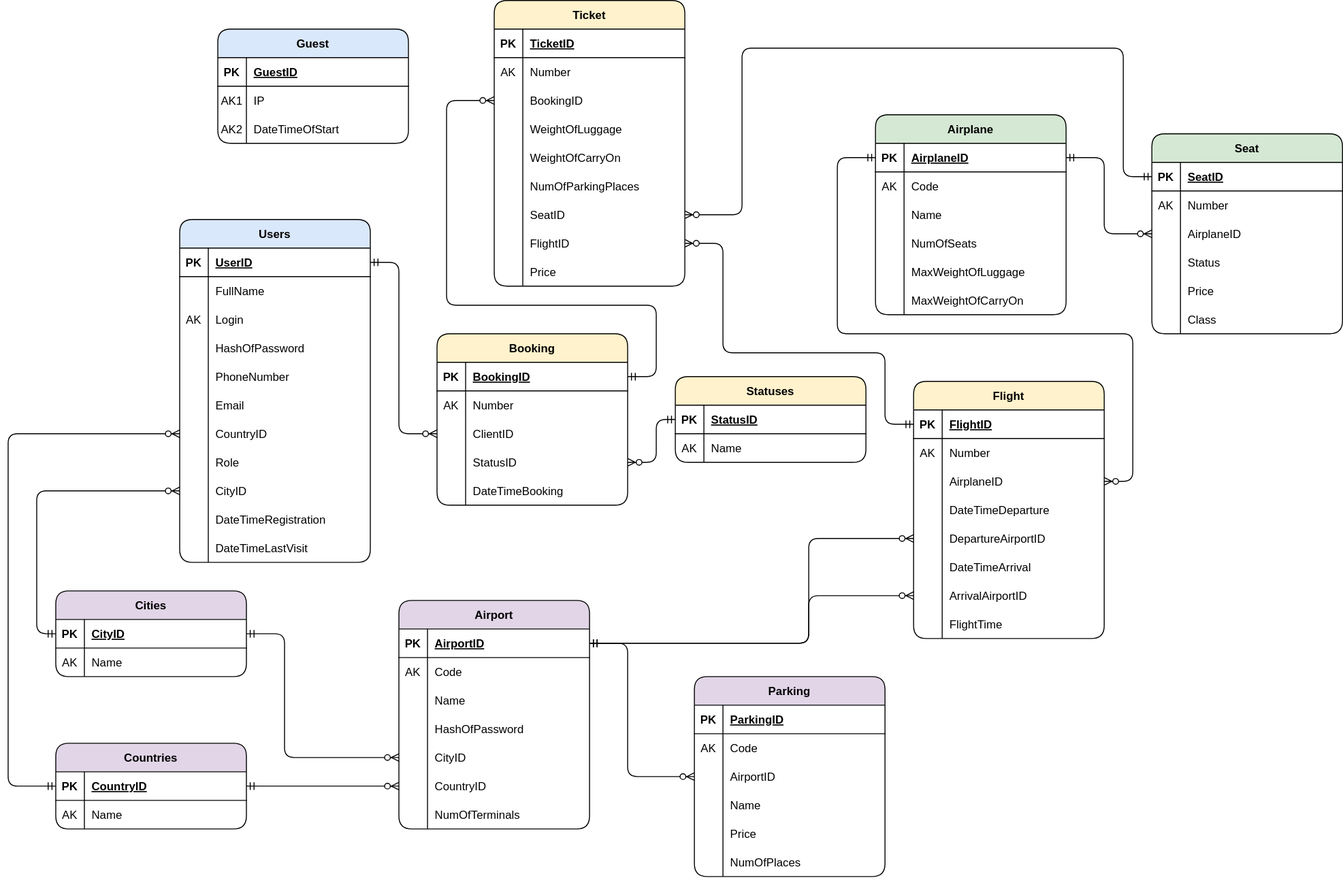
This is Design/Diagram/LogicalDiagram.svg from Yurii404/AirplaneTicketSalesSystem, a draw.io export, as it was before one commit. Source tidied: cells renumbered, new cells last; positions are measured from the earlier drawing's top-left corner, leaving out a move shared by most shapes.
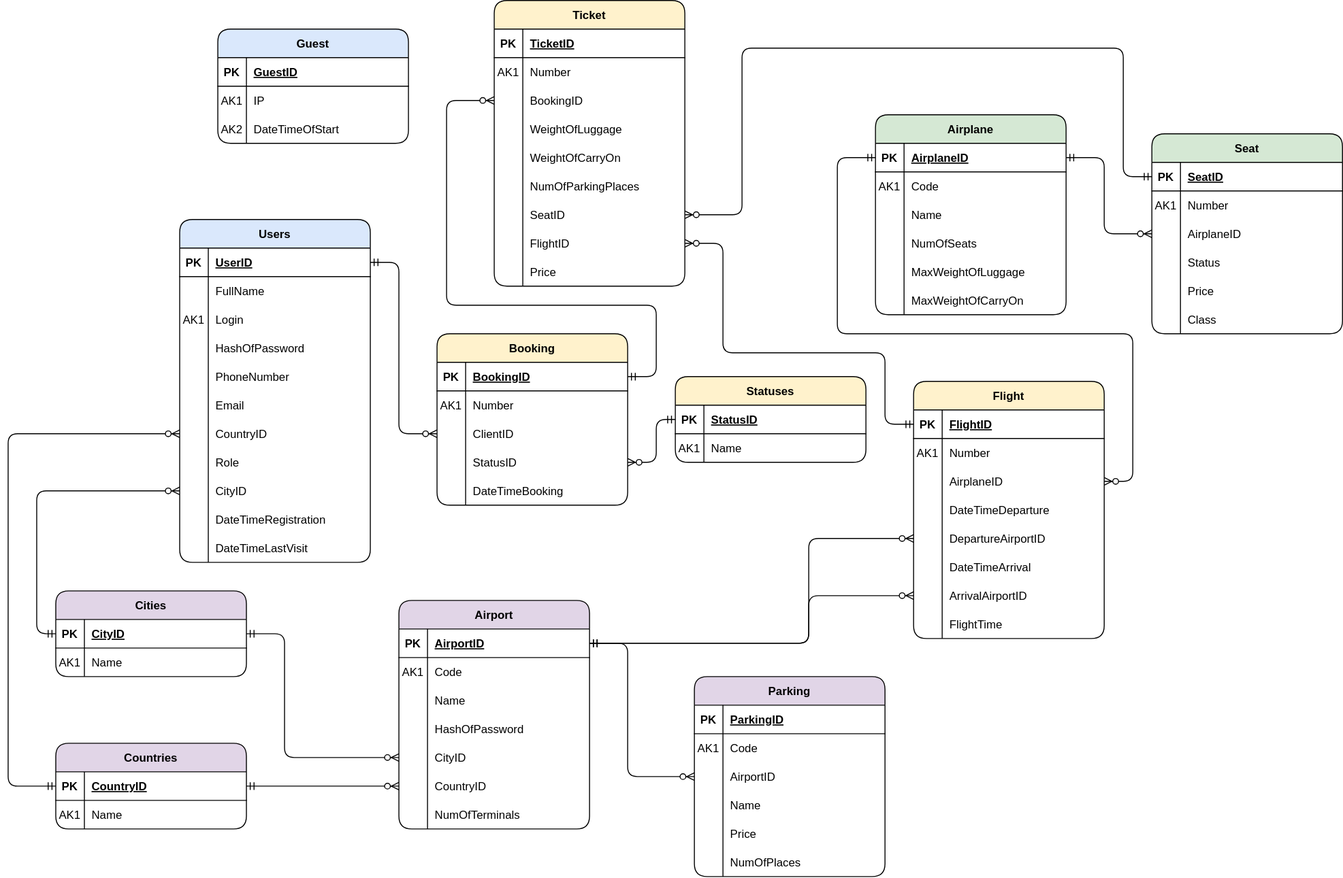
Above is the later version.

Change to the diagram source:
```diff
@@ -26,7 +26,7 @@
     <mxCell id="9" style="shape=tableRow;horizontal=0;startSize=0;swimlaneHead=0;swimlaneBody=0;fillColor=none;top=0;left=0;right=0;bottom=0;rounded=1;" parent="2" vertex="1">
       <mxGeometry y="90" width="200" height="30" as="geometry" />
     </mxCell>
-    <mxCell id="10" value="AK" style="shape=partialRectangle;fillColor=none;top=0;left=0;bottom=0;right=0;overflow=hidden;rounded=1;" parent="9" vertex="1">
+    <mxCell id="10" value="AK1" style="shape=partialRectangle;fillColor=none;top=0;left=0;bottom=0;right=0;overflow=hidden;rounded=1;" parent="9" vertex="1">
       <mxGeometry width="30" height="30" as="geometry" />
     </mxCell>
     <mxCell id="11" value="Login" style="shape=partialRectangle;fillColor=none;top=0;left=0;bottom=0;right=0;align=left;spacingLeft=6;overflow=hidden;rounded=1;" parent="9" vertex="1">
@@ -155,7 +155,7 @@
     <mxCell id="52" style="shape=tableRow;horizontal=0;startSize=0;swimlaneHead=0;swimlaneBody=0;fillColor=none;top=0;left=0;right=0;bottom=0;rounded=1;" parent="48" vertex="1">
       <mxGeometry y="60" width="200" height="30" as="geometry" />
     </mxCell>
-    <mxCell id="53" value="AK" style="shape=partialRectangle;fillColor=none;top=0;left=0;bottom=0;right=0;overflow=hidden;rounded=1;" parent="52" vertex="1">
+    <mxCell id="53" value="AK1" style="shape=partialRectangle;fillColor=none;top=0;left=0;bottom=0;right=0;overflow=hidden;rounded=1;" parent="52" vertex="1">
       <mxGeometry width="30" height="30" as="geometry" />
     </mxCell>
     <mxCell id="54" value="Code" style="shape=partialRectangle;fillColor=none;top=0;left=0;bottom=0;right=0;align=left;spacingLeft=6;overflow=hidden;rounded=1;" parent="52" vertex="1">
@@ -221,7 +221,7 @@
     <mxCell id="74" style="shape=tableRow;horizontal=0;startSize=0;swimlaneHead=0;swimlaneBody=0;fillColor=none;top=0;left=0;right=0;bottom=0;rounded=1;" parent="70" vertex="1">
       <mxGeometry y="60" width="200" height="30" as="geometry" />
     </mxCell>
-    <mxCell id="75" value="AK" style="shape=partialRectangle;fillColor=none;top=0;left=0;bottom=0;right=0;overflow=hidden;rounded=1;" parent="74" vertex="1">
+    <mxCell id="75" value="AK1" style="shape=partialRectangle;fillColor=none;top=0;left=0;bottom=0;right=0;overflow=hidden;rounded=1;" parent="74" vertex="1">
       <mxGeometry width="30" height="30" as="geometry" />
     </mxCell>
     <mxCell id="76" value="Code" style="shape=partialRectangle;fillColor=none;top=0;left=0;bottom=0;right=0;align=left;spacingLeft=6;overflow=hidden;rounded=1;" parent="74" vertex="1">
@@ -278,7 +278,7 @@
     <mxCell id="93" style="shape=tableRow;horizontal=0;startSize=0;swimlaneHead=0;swimlaneBody=0;fillColor=none;top=0;left=0;right=0;bottom=0;rounded=1;" parent="89" vertex="1">
       <mxGeometry y="60" width="200" height="30" as="geometry" />
     </mxCell>
-    <mxCell id="94" value="AK" style="shape=partialRectangle;fillColor=none;top=0;left=0;bottom=0;right=0;overflow=hidden;rounded=1;" parent="93" vertex="1">
+    <mxCell id="94" value="AK1" style="shape=partialRectangle;fillColor=none;top=0;left=0;bottom=0;right=0;overflow=hidden;rounded=1;" parent="93" vertex="1">
       <mxGeometry width="30" height="30" as="geometry" />
     </mxCell>
     <mxCell id="95" value="Number" style="shape=partialRectangle;fillColor=none;top=0;left=0;bottom=0;right=0;align=left;spacingLeft=6;overflow=hidden;rounded=1;" parent="93" vertex="1">
@@ -335,7 +335,7 @@
     <mxCell id="112" style="shape=tableRow;horizontal=0;startSize=0;swimlaneHead=0;swimlaneBody=0;fillColor=none;top=0;left=0;right=0;bottom=0;rounded=1;" parent="108" vertex="1">
       <mxGeometry y="60" width="200" height="30" as="geometry" />
     </mxCell>
-    <mxCell id="113" value="AK" style="shape=partialRectangle;fillColor=none;top=0;left=0;bottom=0;right=0;overflow=hidden;rounded=1;" parent="112" vertex="1">
+    <mxCell id="113" value="AK1" style="shape=partialRectangle;fillColor=none;top=0;left=0;bottom=0;right=0;overflow=hidden;rounded=1;" parent="112" vertex="1">
       <mxGeometry width="30" height="30" as="geometry" />
     </mxCell>
     <mxCell id="114" value="Code" style="shape=partialRectangle;fillColor=none;top=0;left=0;bottom=0;right=0;align=left;spacingLeft=6;overflow=hidden;rounded=1;" parent="112" vertex="1">
@@ -392,7 +392,7 @@
     <mxCell id="131" style="shape=tableRow;horizontal=0;startSize=0;swimlaneHead=0;swimlaneBody=0;fillColor=none;top=0;left=0;right=0;bottom=0;rounded=1;" parent="127" vertex="1">
       <mxGeometry y="60" width="200" height="30" as="geometry" />
     </mxCell>
-    <mxCell id="132" value="AK" style="shape=partialRectangle;fillColor=none;top=0;left=0;bottom=0;right=0;overflow=hidden;rounded=1;" parent="131" vertex="1">
+    <mxCell id="132" value="AK1" style="shape=partialRectangle;fillColor=none;top=0;left=0;bottom=0;right=0;overflow=hidden;rounded=1;" parent="131" vertex="1">
       <mxGeometry width="30" height="30" as="geometry" />
     </mxCell>
     <mxCell id="133" value="Number" style="shape=partialRectangle;fillColor=none;top=0;left=0;bottom=0;right=0;align=left;spacingLeft=6;overflow=hidden;rounded=1;" parent="131" vertex="1">
@@ -467,7 +467,7 @@
     <mxCell id="156" style="shape=tableRow;horizontal=0;startSize=0;swimlaneHead=0;swimlaneBody=0;fillColor=none;top=0;left=0;right=0;bottom=0;rounded=1;" parent="152" vertex="1">
       <mxGeometry y="60" width="200" height="30" as="geometry" />
     </mxCell>
-    <mxCell id="157" value="AK" style="shape=partialRectangle;fillColor=none;top=0;left=0;bottom=0;right=0;overflow=hidden;rounded=1;" parent="156" vertex="1">
+    <mxCell id="157" value="AK1" style="shape=partialRectangle;fillColor=none;top=0;left=0;bottom=0;right=0;overflow=hidden;rounded=1;" parent="156" vertex="1">
       <mxGeometry width="30" height="30" as="geometry" />
     </mxCell>
     <mxCell id="158" value="Number" style="shape=partialRectangle;fillColor=none;top=0;left=0;bottom=0;right=0;align=left;spacingLeft=6;overflow=hidden;rounded=1;" parent="156" vertex="1">
@@ -551,7 +551,7 @@
     <mxCell id="184" style="shape=tableRow;horizontal=0;startSize=0;swimlaneHead=0;swimlaneBody=0;fillColor=none;top=0;left=0;right=0;bottom=0;rounded=1;" parent="180" vertex="1">
       <mxGeometry y="60" width="200" height="30" as="geometry" />
     </mxCell>
-    <mxCell id="185" value="AK" style="shape=partialRectangle;fillColor=none;top=0;left=0;bottom=0;right=0;overflow=hidden;rounded=1;" parent="184" vertex="1">
+    <mxCell id="185" value="AK1" style="shape=partialRectangle;fillColor=none;top=0;left=0;bottom=0;right=0;overflow=hidden;rounded=1;" parent="184" vertex="1">
       <mxGeometry width="30" height="30" as="geometry" />
     </mxCell>
     <mxCell id="186" value="Number" style="shape=partialRectangle;fillColor=none;top=0;left=0;bottom=0;right=0;align=left;spacingLeft=6;overflow=hidden;rounded=1;" parent="184" vertex="1">
@@ -599,7 +599,7 @@
     <mxCell id="200" style="shape=tableRow;horizontal=0;startSize=0;swimlaneHead=0;swimlaneBody=0;fillColor=none;top=0;left=0;right=0;bottom=0;rounded=1;" parent="196" vertex="1">
       <mxGeometry y="60" width="200" height="30" as="geometry" />
     </mxCell>
-    <mxCell id="201" value="AK" style="shape=partialRectangle;fillColor=none;top=0;left=0;bottom=0;right=0;overflow=hidden;rounded=1;" parent="200" vertex="1">
+    <mxCell id="201" value="AK1" style="shape=partialRectangle;fillColor=none;top=0;left=0;bottom=0;right=0;overflow=hidden;rounded=1;" parent="200" vertex="1">
       <mxGeometry width="30" height="30" as="geometry" />
     </mxCell>
     <mxCell id="202" value="Name" style="shape=partialRectangle;fillColor=none;top=0;left=0;bottom=0;right=0;align=left;spacingLeft=6;overflow=hidden;rounded=1;" parent="200" vertex="1">
@@ -620,7 +620,7 @@
     <mxCell id="207" style="shape=tableRow;horizontal=0;startSize=0;swimlaneHead=0;swimlaneBody=0;fillColor=none;top=0;left=0;right=0;bottom=0;rounded=1;" parent="203" vertex="1">
       <mxGeometry y="60" width="200" height="30" as="geometry" />
     </mxCell>
-    <mxCell id="208" value="AK" style="shape=partialRectangle;fillColor=none;top=0;left=0;bottom=0;right=0;overflow=hidden;rounded=1;" parent="207" vertex="1">
+    <mxCell id="208" value="AK1" style="shape=partialRectangle;fillColor=none;top=0;left=0;bottom=0;right=0;overflow=hidden;rounded=1;" parent="207" vertex="1">
       <mxGeometry width="30" height="30" as="geometry" />
     </mxCell>
     <mxCell id="209" value="Name" style="shape=partialRectangle;fillColor=none;top=0;left=0;bottom=0;right=0;align=left;spacingLeft=6;overflow=hidden;rounded=1;" parent="207" vertex="1">
@@ -752,7 +752,7 @@
     <mxCell id="227" style="shape=tableRow;horizontal=0;startSize=0;swimlaneHead=0;swimlaneBody=0;fillColor=none;top=0;left=0;right=0;bottom=0;rounded=1;" parent="223" vertex="1">
       <mxGeometry y="60" width="200" height="30" as="geometry" />
     </mxCell>
-    <mxCell id="228" value="AK" style="shape=partialRectangle;fillColor=none;top=0;left=0;bottom=0;right=0;overflow=hidden;rounded=1;" parent="227" vertex="1">
+    <mxCell id="228" value="AK1" style="shape=partialRectangle;fillColor=none;top=0;left=0;bottom=0;right=0;overflow=hidden;rounded=1;" parent="227" vertex="1">
       <mxGeometry width="30" height="30" as="geometry" />
     </mxCell>
     <mxCell id="229" value="Name" style="shape=partialRectangle;fillColor=none;top=0;left=0;bottom=0;right=0;align=left;spacingLeft=6;overflow=hidden;rounded=1;" parent="227" vertex="1">
```
